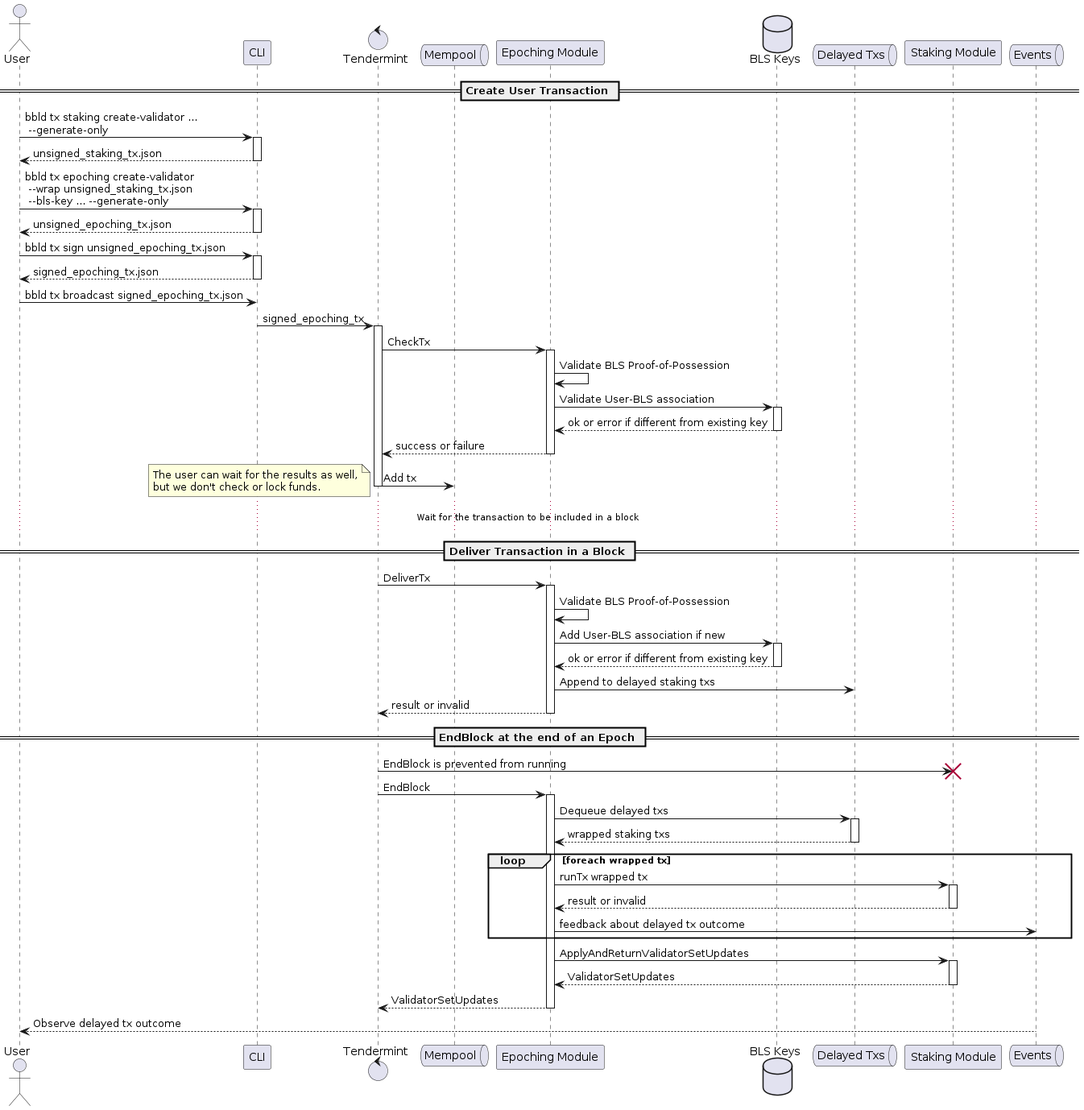
babylonchain/babylon keeps this PlantUML diagram as docs/diagrams/validator_registration.png. Above is the earlier version.
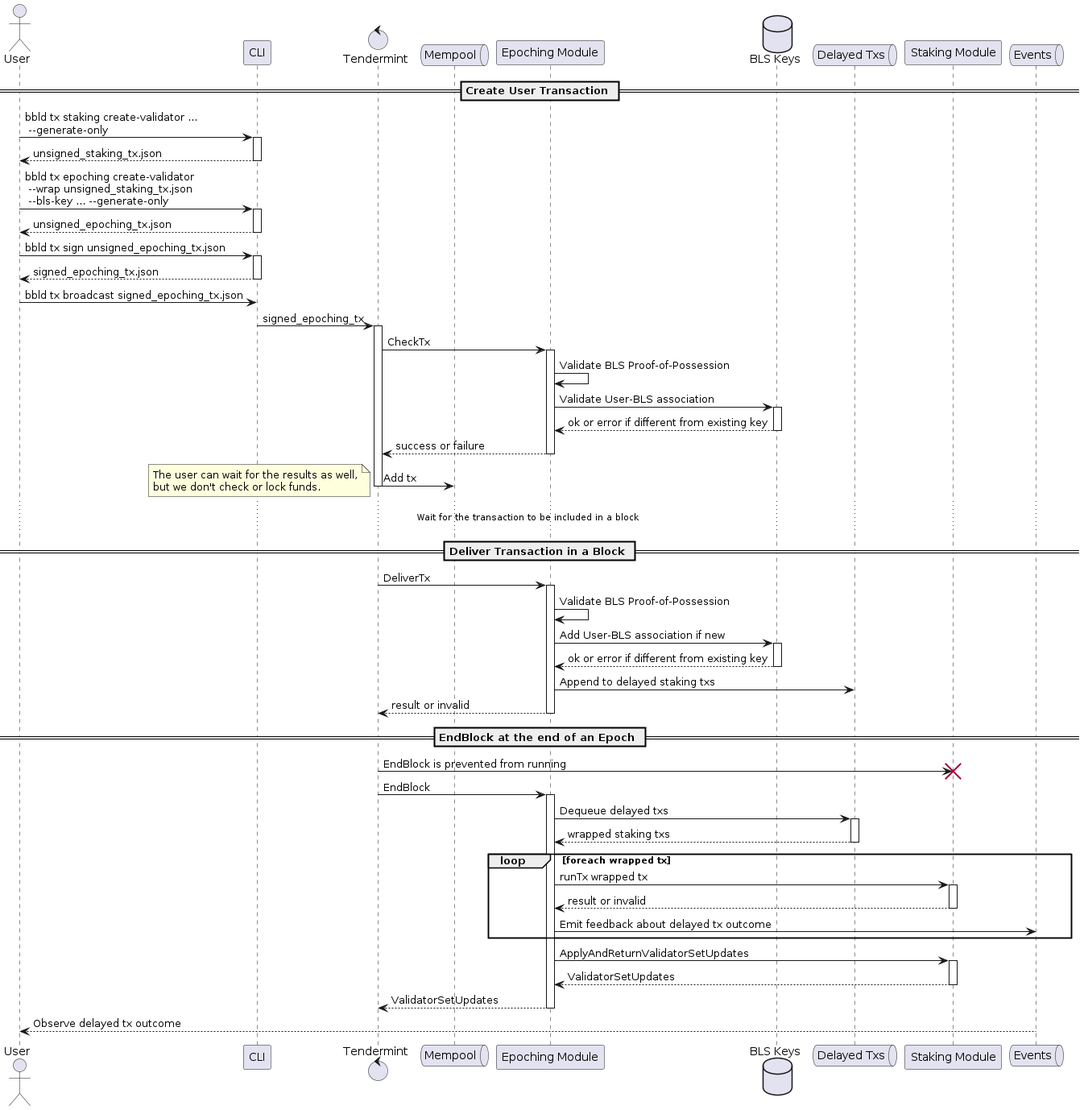
After the change.

Change to the diagram source:
```diff
@@ -52,7 +52,7 @@
 loop foreach wrapped tx
   epoching -> staking ++ : runTx wrapped tx
   return result or invalid
-  epoching -> Events : feedback about delayed tx outcome
+  epoching -> Events : Emit feedback about delayed tx outcome
 end
 epoching -> staking ++ : ApplyAndReturnValidatorSetUpdates
 return ValidatorSetUpdates
```
